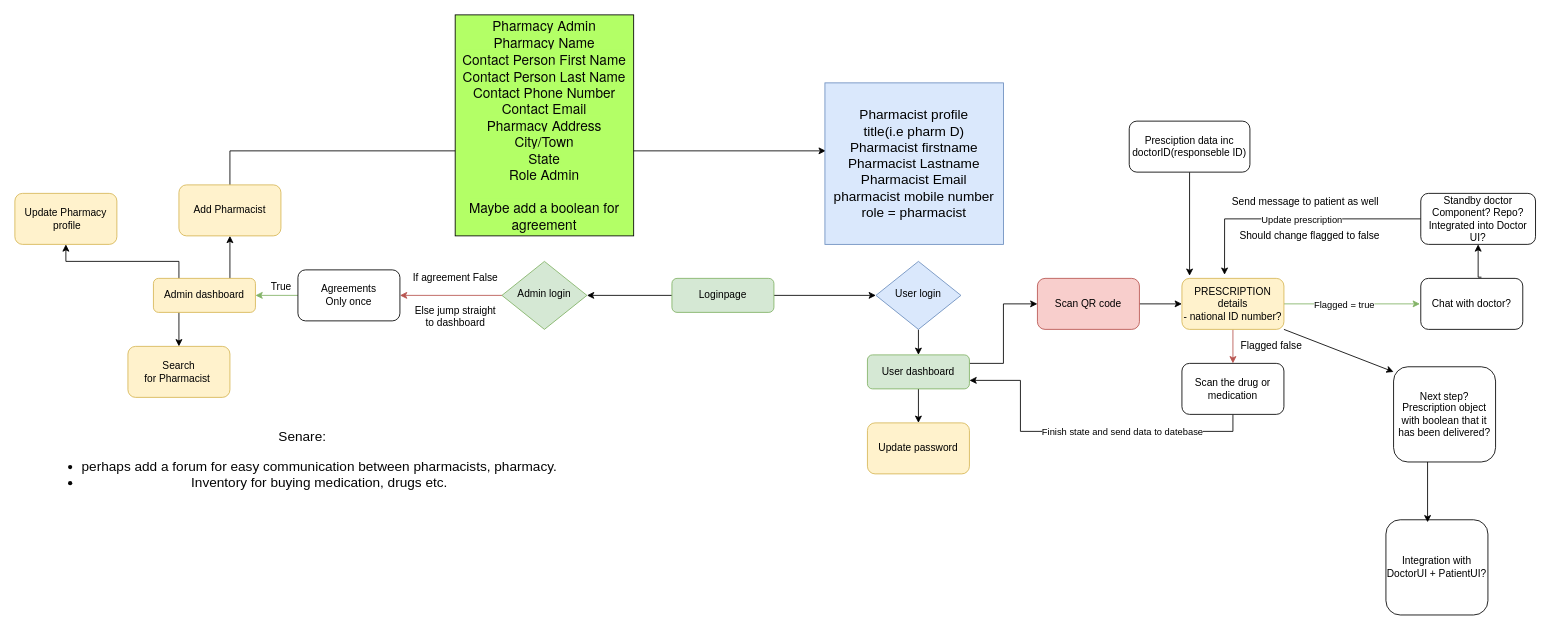
devopsw18/docs keeps this draw.io diagram as page "Pharmacy/Pharmacist" (1 of 8) of docs/ui/Untitled Diagram.drawio. Above is the earlier version. Source tidied: cells renumbered, new cells numbered last; positions are measured from the earlier drawing's top-left corner, leaving out a move shared by most shapes. Both pictures are drawn from the tidied source at 85%, with x=0, y=0 at pixel (14, 14).
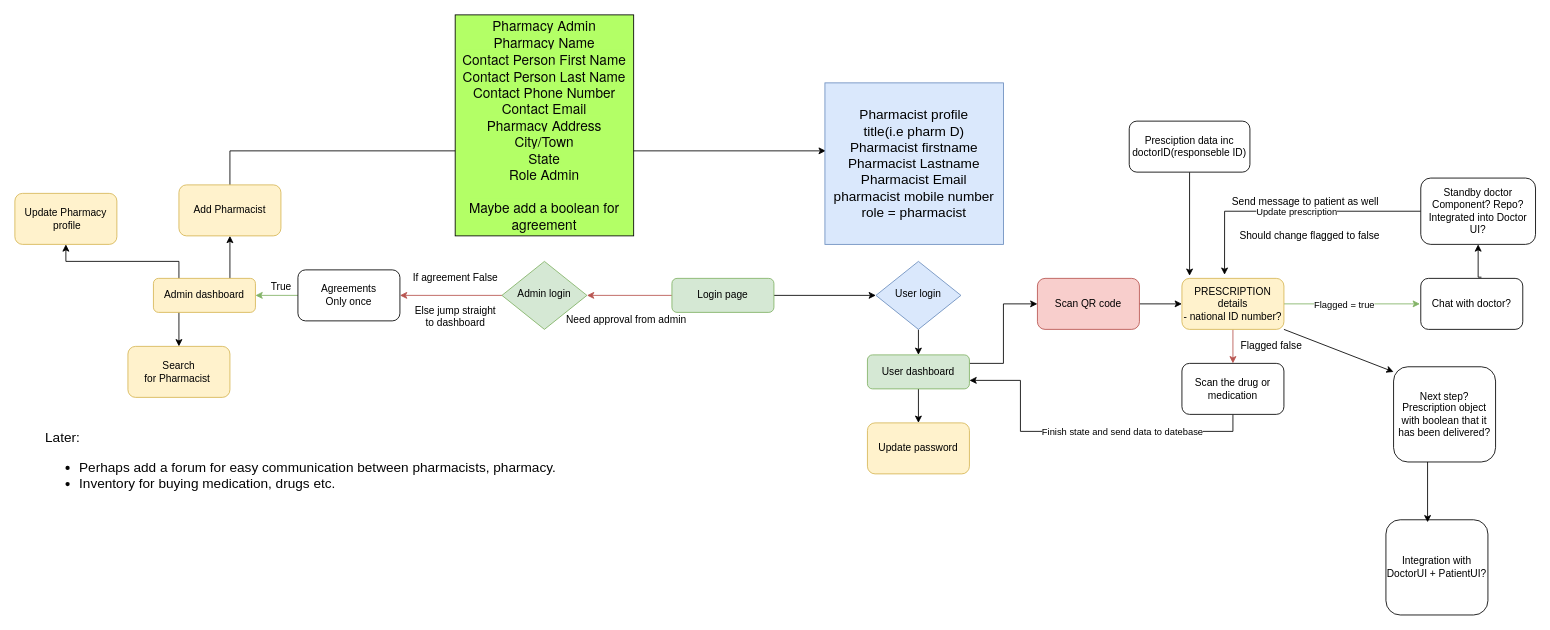
Above is the later version.

The change refers to these unchanged cells:
```xml
<mxCell id="11" value="Admin login" style="rhombus;whiteSpace=wrap;html=1;shadow=0;fontFamily=Helvetica;fontSize=12;align=center;strokeWidth=1;spacing=6;spacingTop=-4;fillColor=#d5e8d4;strokeColor=#82b366;" parent="1" vertex="1">
  <mxGeometry x="573" y="290" width="100" height="80" as="geometry" />
</mxCell>
```

Change to the diagram source:
```diff
@@
-    <mxCell id="3" style="edgeStyle=orthogonalEdgeStyle;rounded=0;jettySize=auto;html=1;exitX=0;exitY=0.5;exitDx=0;exitDy=0;" parent="1" edge="1" source="4" target="11">
+    <mxCell id="3" style="edgeStyle=orthogonalEdgeStyle;rounded=0;jettySize=auto;html=1;exitX=0;exitY=0.5;exitDx=0;exitDy=0;fillColor=#f8cecc;strokeColor=#b85450;" parent="1" edge="1" source="4" target="11">
       <mxGeometry relative="1" as="geometry" />
     </mxCell>
-    <mxCell id="4" value="Loginpage" style="rounded=1;whiteSpace=wrap;html=1;fontSize=12;glass=0;strokeWidth=1;shadow=0;fillColor=#d5e8d4;strokeColor=#82b366;" parent="1" vertex="1">
+    <mxCell id="4" value="Login page" style="rounded=1;whiteSpace=wrap;html=1;fontSize=12;glass=0;strokeWidth=1;shadow=0;fillColor=#d5e8d4;strokeColor=#82b366;" parent="1" vertex="1">
       <mxGeometry x="773" y="310" width="120" height="40" as="geometry" />
     </mxCell>
@@
     <mxCell id="33" value="Standby doctor&lt;br&gt;Component? Repo?&lt;br&gt;Integrated into Doctor UI?" style="rounded=1;whiteSpace=wrap;html=1;" parent="1" vertex="1">
-      <mxGeometry x="1654" y="210" width="135" height="60" as="geometry" />
+      <mxGeometry x="1654" y="192" width="135" height="78" as="geometry" />
     </mxCell>
@@
-    <mxCell id="46" value="Senare: &lt;br&gt;&lt;ul&gt;&lt;li&gt;perhaps add a forum for easy communication between pharmacists, pharmacy.&lt;/li&gt;&lt;li&gt;Inventory for buying medication, drugs etc.&lt;/li&gt;&lt;/ul&gt;" style="text;html=1;align=center;verticalAlign=middle;strokeColor=none;fillColor=none;fontSize=16;fontColor=#050505;" parent="1" vertex="1">
-      <mxGeometry x="33" y="486" width="610" height="90" as="geometry" />
+    <mxCell id="46" value="Later: &lt;br&gt;&lt;ul&gt;&lt;li&gt;Perhaps add a forum for easy communication between pharmacists, pharmacy.&lt;/li&gt;&lt;li&gt;Inventory for buying medication, drugs etc.&lt;/li&gt;&lt;/ul&gt;" style="text;html=1;align=left;verticalAlign=middle;strokeColor=none;fillColor=none;fontSize=16;fontColor=#050505;" parent="1" vertex="1">
+      <mxGeometry x="34" y="485" width="611" height="93" as="geometry" />
     </mxCell>
@@
+    <mxCell id="53" value="Need approval from admin" style="text;html=1;align=center;verticalAlign=middle;strokeColor=none;fillColor=none;" parent="1" vertex="1">
+      <mxGeometry x="643" y="350" width="152" height="18" as="geometry" />
+    </mxCell>
```
